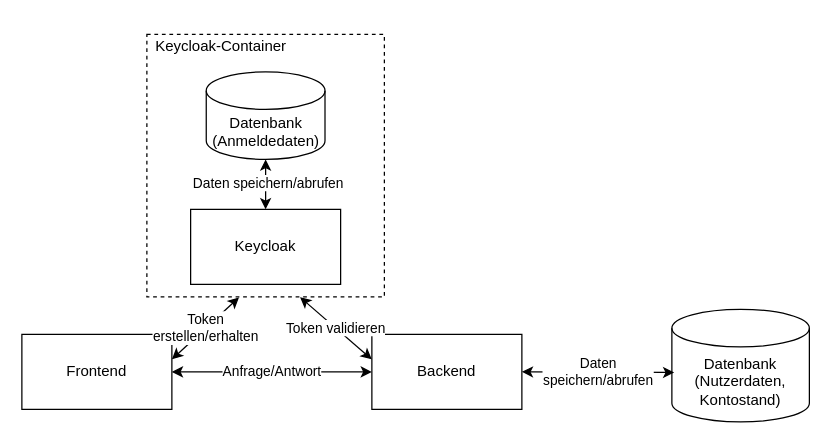
Before: Unbenanntes Diagramm.drawio in Manuel-F-04/drawio, a draw.io diagram. Source tidied: cells renumbered, new cells numbered last; positions are measured from the earlier drawing's top-left corner, leaving out a move shared by most shapes. Both pictures are drawn from the tidied source at 125%, with x=0, y=0 at pixel (21, 21).
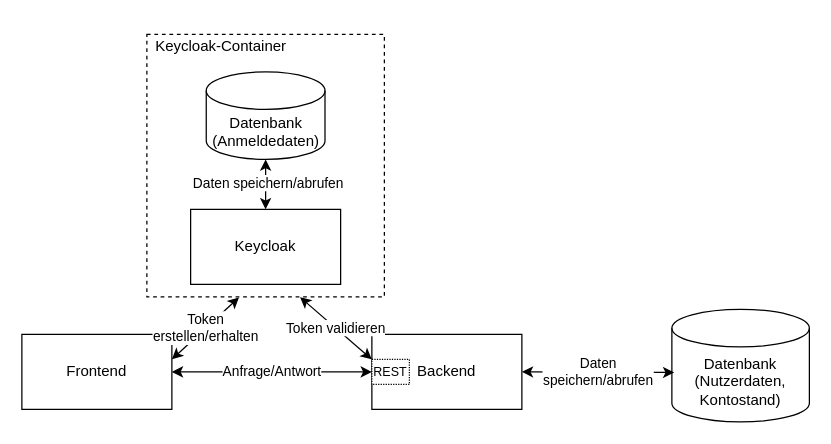
The same page after the edit.

Commit message (it also covers changes not shown here):
Architektur aktualisiert

Change to the diagram source:
```diff
@@
 <mxGraphModel>
   <root>
     <mxCell id="0" />
     <mxCell id="1" parent="0" />
     <mxCell id="2" style="rounded=0;whiteSpace=wrap;html=1;dashed=1;" parent="1" vertex="1">
       <mxGeometry x="100" y="10" width="190" height="210" as="geometry" />
     </mxCell>
     <mxCell id="3" value="Frontend" style="rounded=0;whiteSpace=wrap;html=1;" parent="1" vertex="1">
       <mxGeometry y="250" width="120" height="60" as="geometry" />
     </mxCell>
     <mxCell id="4" value="Backend" style="rounded=0;whiteSpace=wrap;html=1;" parent="1" vertex="1">
       <mxGeometry x="280" y="250" width="120" height="60" as="geometry" />
     </mxCell>
     <mxCell id="5" value="Datenbank&lt;br&gt;(Nutzerdaten, Kontostand)" style="shape=cylinder3;whiteSpace=wrap;html=1;boundedLbl=1;backgroundOutline=1;size=15;" parent="1" vertex="1">
       <mxGeometry x="520" y="230" width="110" height="90" as="geometry" />
     </mxCell>
     <mxCell id="6" value="Keycloak" style="rounded=0;whiteSpace=wrap;html=1;" parent="1" vertex="1">
       <mxGeometry x="135" y="150" width="120" height="60" as="geometry" />
     </mxCell>
     <mxCell id="7" value="&lt;div&gt;Datenbank&lt;/div&gt;&lt;div&gt;(Anmeldedaten)&lt;/div&gt;" style="shape=cylinder3;whiteSpace=wrap;html=1;boundedLbl=1;backgroundOutline=1;size=15;" parent="1" vertex="1">
       <mxGeometry x="147.5" y="40" width="95" height="70" as="geometry" />
     </mxCell>
     <mxCell id="8" value="Token &lt;br&gt;erstellen/erhalten" style="endArrow=classic;startArrow=classic;html=1;rounded=0;entryX=0.388;entryY=1.002;entryDx=0;entryDy=0;entryPerimeter=0;" parent="1" edge="1" target="2">
       <mxGeometry relative="1" as="geometry">
         <mxPoint x="120" y="270" as="sourcePoint" />
       </mxGeometry>
     </mxCell>
     <mxCell id="9" value="Anfrage/Antwort" style="endArrow=classic;startArrow=classic;html=1;rounded=0;entryX=0;entryY=0.5;entryDx=0;entryDy=0;" parent="1" edge="1" target="4">
       <mxGeometry relative="1" as="geometry">
         <mxPoint x="120" y="280" as="sourcePoint" />
       </mxGeometry>
     </mxCell>
     <mxCell id="10" value="Daten &lt;br&gt;speichern/abrufen" style="endArrow=classic;startArrow=classic;html=1;rounded=0;entryX=0.017;entryY=0.561;entryDx=0;entryDy=0;entryPerimeter=0;" parent="1" edge="1" target="5">
       <mxGeometry relative="1" as="geometry">
         <mxPoint x="400" y="280" as="sourcePoint" />
       </mxGeometry>
     </mxCell>
     <mxCell id="11" style="endArrow=classic;startArrow=classic;html=1;rounded=0;exitX=0.5;exitY=0;exitDx=0;exitDy=0;entryX=0.5;entryY=1;entryDx=0;entryDy=0;entryPerimeter=0;" parent="1" edge="1" source="6" target="7">
       <mxGeometry relative="1" as="geometry" />
     </mxCell>
     <mxCell id="12" value="Daten speichern/abrufen" style="edgeLabel;html=1;align=center;verticalAlign=middle;" parent="11" vertex="1">
       <mxGeometry x="0.09" y="-1" relative="1" as="geometry" />
     </mxCell>
     <mxCell id="13" value="Token validieren" style="endArrow=classic;startArrow=classic;html=1;rounded=0;exitX=0.645;exitY=1.001;exitDx=0;exitDy=0;exitPerimeter=0;" parent="1" edge="1" source="2">
       <mxGeometry relative="1" as="geometry">
         <mxPoint x="280" y="270" as="targetPoint" />
       </mxGeometry>
     </mxCell>
     <mxCell id="14" value="Keycloak-Container" style="text;html=1;align=center;verticalAlign=middle;whiteSpace=wrap;rounded=0;" parent="1" vertex="1">
       <mxGeometry x="87.5" width="142.5" height="40" as="geometry" />
     </mxCell>
+    <mxCell id="15" value="&lt;font style=&quot;font-size: 10px;&quot;&gt;REST&lt;/font&gt;" style="rounded=0;whiteSpace=wrap;html=1;verticalAlign=middle;dashed=1;dashPattern=1 1;" parent="1" vertex="1">
+      <mxGeometry x="280" y="270" width="30" height="20" as="geometry" />
+    </mxCell>
   </root>
 </mxGraphModel>
```
